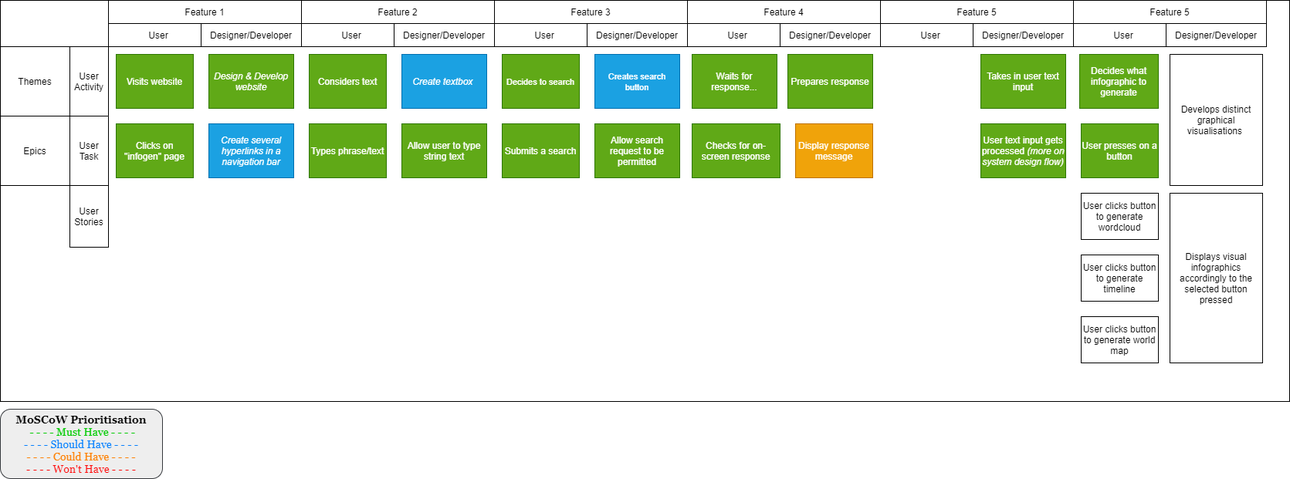
This is Documentation/Design/GIFT-User-Story-Mappings.png from John8790909/Generating-Infographics-from-Text, a draw.io export, as it was before one commit. Source tidied: cells renumbered, new cells last; positions are measured from the earlier drawing's top-left corner, leaving out a move shared by most shapes.
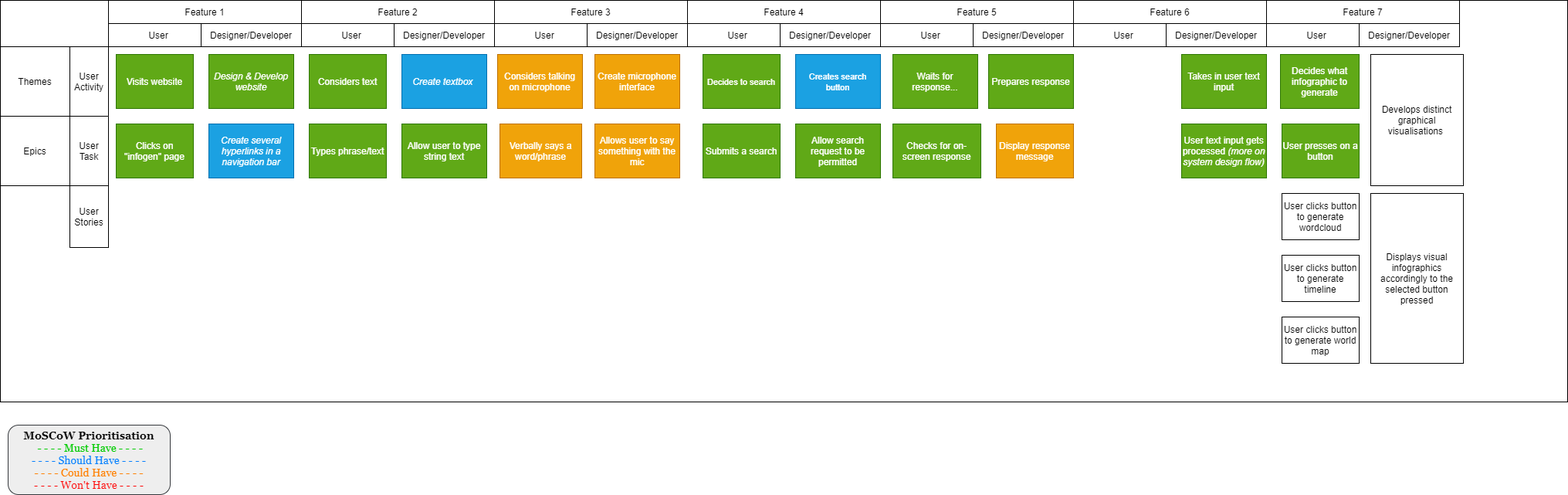
The same file after the commit.

The edit, as a diff of the source:
```diff
@@ -3,7 +3,7 @@
     <mxCell id="0" />
     <mxCell id="1" parent="0" />
     <mxCell id="2" value="&lt;br&gt;&lt;br&gt;&lt;br&gt;" style="rounded=0;whiteSpace=wrap;html=1;" parent="1" vertex="1">
-      <mxGeometry width="1670" height="520" as="geometry" />
+      <mxGeometry width="2030" height="520" as="geometry" />
     </mxCell>
     <mxCell id="3" value="User Activity" style="rounded=0;whiteSpace=wrap;html=1;direction=south;" parent="1" vertex="1">
       <mxGeometry x="90" y="60" width="50" height="90" as="geometry" />
@@ -27,7 +27,7 @@
       <mxGeometry x="150" y="160" width="100" height="70" as="geometry" />
     </mxCell>
     <mxCell id="10" value="&lt;font face=&quot;Georgia&quot; style=&quot;font-size: 14px&quot;&gt;&lt;b&gt;MoSCoW Prioritisation&lt;br&gt;&lt;/b&gt;&lt;font color=&quot;#00cc00&quot;&gt;&amp;nbsp;- - - - Must Have - - - -&lt;br&gt;&lt;/font&gt;&lt;font color=&quot;#007fff&quot;&gt;- - - - Should Have - - - -&lt;br&gt;&lt;/font&gt;&lt;font color=&quot;#ff8000&quot;&gt;- - - - Could Have - - - -&lt;br&gt;&lt;/font&gt;&lt;font color=&quot;#ff0000&quot;&gt;- - - - Won't Have - - - -&lt;/font&gt;&lt;/font&gt;" style="rounded=1;whiteSpace=wrap;html=1;fillColor=#eeeeee;strokeColor=#36393d;" parent="1" vertex="1">
-      <mxGeometry y="530" width="210" height="90" as="geometry" />
+      <mxGeometry x="10" y="550" width="210" height="90" as="geometry" />
     </mxCell>
     <mxCell id="11" value="&lt;i&gt;Design &amp;amp; Develop website&lt;/i&gt;" style="rounded=0;whiteSpace=wrap;html=1;fillColor=#60a917;strokeColor=#2D7600;fontColor=#ffffff;" parent="1" vertex="1">
       <mxGeometry x="270" y="70" width="110" height="70" as="geometry" />
@@ -69,7 +69,7 @@
       <mxGeometry x="520" y="160" width="110" height="70" as="geometry" />
     </mxCell>
     <mxCell id="24" value="&lt;font style=&quot;font-size: 11px&quot;&gt;Decides to search&lt;/font&gt;" style="rounded=0;whiteSpace=wrap;html=1;fontColor=#ffffff;fillColor=#60a917;strokeColor=#2D7600;" parent="1" vertex="1">
-      <mxGeometry x="650" y="70" width="100" height="70" as="geometry" />
+      <mxGeometry x="910" y="70" width="100" height="70" as="geometry" />
     </mxCell>
     <mxCell id="25" value="User" style="rounded=0;whiteSpace=wrap;html=1;" parent="1" vertex="1">
       <mxGeometry x="640" y="30" width="130" height="30" as="geometry" />
@@ -78,19 +78,19 @@
       <mxGeometry x="760" y="30" width="130" height="30" as="geometry" />
     </mxCell>
     <mxCell id="27" value="&lt;font style=&quot;font-size: 11px&quot;&gt;Creates search button&lt;/font&gt;" style="rounded=0;whiteSpace=wrap;html=1;fontColor=#ffffff;fillColor=#1ba1e2;strokeColor=#006EAF;" parent="1" vertex="1">
-      <mxGeometry x="770" y="70" width="110" height="70" as="geometry" />
+      <mxGeometry x="1030" y="70" width="110" height="70" as="geometry" />
     </mxCell>
     <mxCell id="28" value="&lt;font&gt;Submits a search&lt;/font&gt;" style="rounded=0;whiteSpace=wrap;html=1;fillColor=#60a917;strokeColor=#2D7600;fontColor=#FFFFFF;" parent="1" vertex="1">
-      <mxGeometry x="650" y="160" width="100" height="70" as="geometry" />
+      <mxGeometry x="910" y="160" width="100" height="70" as="geometry" />
     </mxCell>
     <mxCell id="29" value="Allow search request to be permitted" style="rounded=0;whiteSpace=wrap;html=1;fillColor=#60a917;strokeColor=#2D7600;fontColor=#ffffff;" parent="1" vertex="1">
-      <mxGeometry x="770" y="160" width="110" height="70" as="geometry" />
+      <mxGeometry x="1030" y="160" width="110" height="70" as="geometry" />
     </mxCell>
     <mxCell id="30" value="Feature 4" style="rounded=0;whiteSpace=wrap;html=1;" parent="1" vertex="1">
       <mxGeometry x="890" width="250" height="30" as="geometry" />
     </mxCell>
     <mxCell id="31" value="Waits for response..." style="rounded=0;whiteSpace=wrap;html=1;fillColor=#60a917;strokeColor=#2D7600;labelBackgroundColor=none;fontColor=#FFFFFF;" parent="1" vertex="1">
-      <mxGeometry x="896" y="70" width="110" height="70" as="geometry" />
+      <mxGeometry x="1156" y="70" width="110" height="70" as="geometry" />
     </mxCell>
     <mxCell id="32" value="User" style="rounded=0;whiteSpace=wrap;html=1;" parent="1" vertex="1">
       <mxGeometry x="890" y="30" width="130" height="30" as="geometry" />
@@ -99,13 +99,13 @@
       <mxGeometry x="1010" y="30" width="130" height="30" as="geometry" />
     </mxCell>
     <mxCell id="34" value="Takes in user text input" style="rounded=0;whiteSpace=wrap;labelBackgroundColor=none;fillColor=#60a917;strokeColor=#2D7600;fontColor=#ffffff;" parent="1" vertex="1">
-      <mxGeometry x="1270" y="70" width="110" height="70" as="geometry" />
+      <mxGeometry x="1530" y="70" width="110" height="70" as="geometry" />
     </mxCell>
     <mxCell id="35" value="&lt;font&gt;Checks for on-screen response&lt;/font&gt;" style="rounded=0;whiteSpace=wrap;html=1;fillColor=#60a917;strokeColor=#2D7600;fontColor=#FFFFFF;" parent="1" vertex="1">
-      <mxGeometry x="896" y="160" width="114" height="70" as="geometry" />
+      <mxGeometry x="1156" y="160" width="114" height="70" as="geometry" />
     </mxCell>
     <mxCell id="36" value="&lt;span style=&quot;font-family: &amp;#34;helvetica&amp;#34;&quot;&gt;User text input gets processed&amp;nbsp;&lt;/span&gt;&lt;i style=&quot;font-family: &amp;#34;helvetica&amp;#34;&quot;&gt;(more on system design flow)&lt;/i&gt;" style="rounded=0;whiteSpace=wrap;html=1;labelBackgroundColor=none;fontColor=#ffffff;fillColor=#60a917;strokeColor=#2D7600;" parent="1" vertex="1">
-      <mxGeometry x="1270" y="160" width="110" height="70" as="geometry" />
+      <mxGeometry x="1530" y="160" width="110" height="70" as="geometry" />
     </mxCell>
     <mxCell id="37" value="Feature 5" style="rounded=0;whiteSpace=wrap;html=1;" parent="1" vertex="1">
       <mxGeometry x="1140" width="250" height="30" as="geometry" />
@@ -117,12 +117,12 @@
       <mxGeometry x="1260" y="30" width="130" height="30" as="geometry" />
     </mxCell>
     <mxCell id="40" value="Prepares response" style="rounded=0;whiteSpace=wrap;html=1;labelBackgroundColor=none;fontColor=#ffffff;fillColor=#60a917;strokeColor=#2D7600;" parent="1" vertex="1">
-      <mxGeometry x="1020" y="70" width="110" height="70" as="geometry" />
+      <mxGeometry x="1280" y="70" width="110" height="70" as="geometry" />
     </mxCell>
     <mxCell id="41" value="Display response message" style="rounded=0;whiteSpace=wrap;html=1;labelBackgroundColor=none;fontColor=#ffffff;fillColor=#f0a30a;strokeColor=#BD7000;" parent="1" vertex="1">
-      <mxGeometry x="1030" y="160" width="100" height="70" as="geometry" />
+      <mxGeometry x="1290" y="160" width="100" height="70" as="geometry" />
     </mxCell>
-    <mxCell id="42" value="Feature 5" style="rounded=0;whiteSpace=wrap;html=1;" parent="1" vertex="1">
+    <mxCell id="42" value="Feature 6" style="rounded=0;whiteSpace=wrap;html=1;" parent="1" vertex="1">
       <mxGeometry x="1390" width="250" height="30" as="geometry" />
     </mxCell>
     <mxCell id="43" value="User" style="rounded=0;whiteSpace=wrap;html=1;" parent="1" vertex="1">
@@ -132,25 +132,46 @@
       <mxGeometry x="1510" y="30" width="130" height="30" as="geometry" />
     </mxCell>
     <mxCell id="45" value="Decides what infographic to generate" style="rounded=0;whiteSpace=wrap;html=1;fillColor=#60a917;strokeColor=#2D7600;fontColor=#FFFFFF;" parent="1" vertex="1">
-      <mxGeometry x="1398" y="70" width="102" height="70" as="geometry" />
+      <mxGeometry x="1658" y="70" width="102" height="70" as="geometry" />
     </mxCell>
     <mxCell id="46" value="&lt;font face=&quot;helvetica&quot;&gt;User presses on a button&lt;/font&gt;" style="rounded=0;whiteSpace=wrap;html=1;labelBackgroundColor=none;fontColor=#ffffff;fillColor=#60a917;strokeColor=#2D7600;" parent="1" vertex="1">
-      <mxGeometry x="1400" y="160" width="100" height="70" as="geometry" />
+      <mxGeometry x="1660" y="160" width="100" height="70" as="geometry" />
     </mxCell>
     <mxCell id="47" value="User clicks button to generate timeline" style="rounded=0;whiteSpace=wrap;html=1;labelBackgroundColor=none;fontColor=#000000;" parent="1" vertex="1">
-      <mxGeometry x="1400" y="330" width="100" height="60" as="geometry" />
+      <mxGeometry x="1660" y="330" width="100" height="60" as="geometry" />
     </mxCell>
     <mxCell id="48" value="User clicks button to generate wordcloud" style="rounded=0;whiteSpace=wrap;html=1;labelBackgroundColor=none;fontColor=#000000;" parent="1" vertex="1">
-      <mxGeometry x="1400" y="250" width="100" height="60" as="geometry" />
+      <mxGeometry x="1660" y="250" width="100" height="60" as="geometry" />
     </mxCell>
     <mxCell id="49" value="User clicks button to generate world map" style="rounded=0;whiteSpace=wrap;html=1;labelBackgroundColor=none;fontColor=#000000;" parent="1" vertex="1">
-      <mxGeometry x="1400" y="410" width="100" height="60" as="geometry" />
+      <mxGeometry x="1660" y="410" width="100" height="60" as="geometry" />
     </mxCell>
     <mxCell id="50" value="Develops distinct graphical visualisations&amp;nbsp;" style="rounded=0;whiteSpace=wrap;html=1;labelBackgroundColor=none;fontColor=#000000;" parent="1" vertex="1">
-      <mxGeometry x="1515" y="70" width="120" height="170" as="geometry" />
+      <mxGeometry x="1775" y="70" width="120" height="170" as="geometry" />
     </mxCell>
     <mxCell id="51" value="Displays visual infographics accordingly to the selected button pressed" style="rounded=0;whiteSpace=wrap;html=1;labelBackgroundColor=none;fontColor=#000000;" parent="1" vertex="1">
-      <mxGeometry x="1515" y="250" width="120" height="220" as="geometry" />
+      <mxGeometry x="1775" y="250" width="120" height="220" as="geometry" />
     </mxCell>
+    <mxCell id="52" value="Feature 7" style="rounded=0;whiteSpace=wrap;html=1;" parent="1" vertex="1">
+      <mxGeometry x="1640" width="250" height="30" as="geometry" />
+    </mxCell>
+    <mxCell id="53" value="User" style="rounded=0;whiteSpace=wrap;html=1;" parent="1" vertex="1">
+      <mxGeometry x="1640" y="30" width="130" height="30" as="geometry" />
+    </mxCell>
+    <mxCell id="54" value="Designer/Developer" style="rounded=0;whiteSpace=wrap;html=1;" parent="1" vertex="1">
+      <mxGeometry x="1760" y="30" width="130" height="30" as="geometry" />
+    </mxCell>
+    <mxCell id="55" value="Considers talking on microphone" style="rounded=0;whiteSpace=wrap;html=1;labelBackgroundColor=none;fontColor=#ffffff;fillColor=#f0a30a;strokeColor=#BD7000;" parent="1" vertex="1">
+      <mxGeometry x="644" y="70" width="110" height="70" as="geometry" />
+    </mxCell>
+    <mxCell id="56" value="Verbally says a word/phrase" style="rounded=0;whiteSpace=wrap;html=1;labelBackgroundColor=none;fontColor=#ffffff;fillColor=#f0a30a;strokeColor=#BD7000;" parent="1" vertex="1">
+      <mxGeometry x="647" y="160" width="106" height="70" as="geometry" />
+    </mxCell>
+    <mxCell id="57" value="Create microphone interface" style="rounded=0;whiteSpace=wrap;html=1;labelBackgroundColor=none;fontColor=#ffffff;fillColor=#f0a30a;strokeColor=#BD7000;" parent="1" vertex="1">
+      <mxGeometry x="770" y="70" width="110" height="70" as="geometry" />
+    </mxCell>
+    <mxCell id="58" value="Allows user to say something with the mic" style="rounded=0;whiteSpace=wrap;html=1;labelBackgroundColor=none;fontColor=#ffffff;fillColor=#f0a30a;strokeColor=#BD7000;" parent="1" vertex="1">
+      <mxGeometry x="770" y="160" width="110" height="70" as="geometry" />
+    </mxCell>
   </root>
 </mxGraphModel>
```
